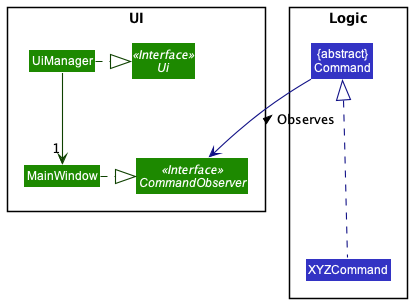
The PlantUML diagram docs/images/CommandObserverPattern.png in softmagnet/tp, before a commit.
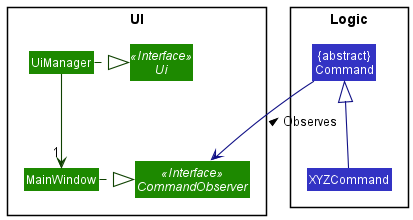
The same diagram one commit later.

The edit, as a diff of the source:
```diff
@@ -20,7 +20,7 @@
 UiManager .right..|> Ui
 UiManager -down-> "1" MainWindow
 MainWindow .right..|> CommandObserver
-XYZCommand .up..|> Command LOGIC_COLOR_T4
+XYZCommand -up-|> Command LOGIC_COLOR_T4
 
 Command --> CommandObserver LOGIC_COLOR_T4 : < Observes
 @enduml
```
